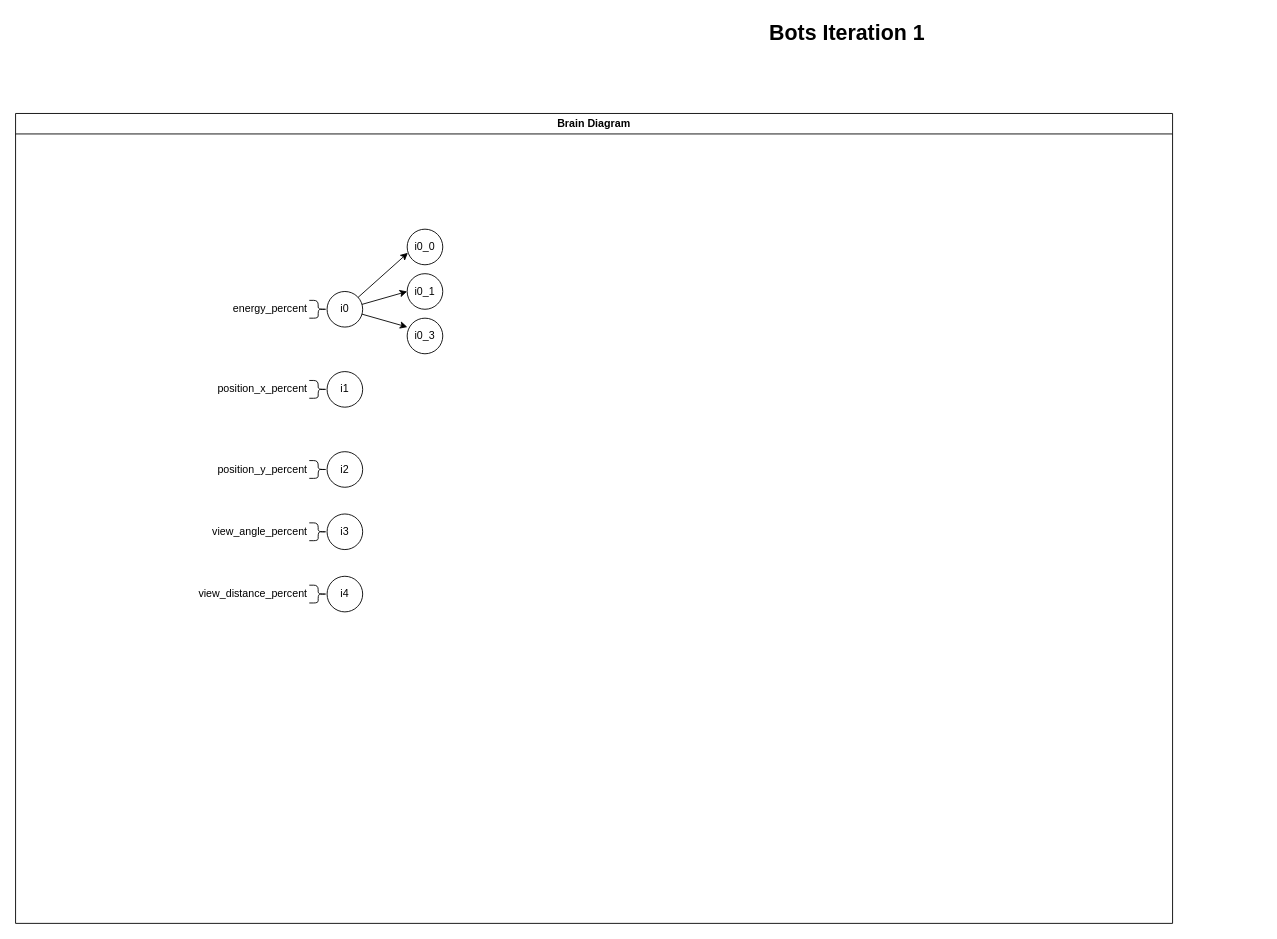
Earlier version of the draw.io diagram botsDiagram.drawio (a-mcfarlane-boeing/SimpleEvolution). Source tidied: cells renumbered, new cells numbered last; positions are measured from the earlier drawing's top-left corner, leaving out a move shared by most shapes. Both pictures are drawn from the tidied source at 89%, with x=0, y=0 at pixel (15, 15). Pictures stored in the file or linked from it are replaced by grey dashed boxes.
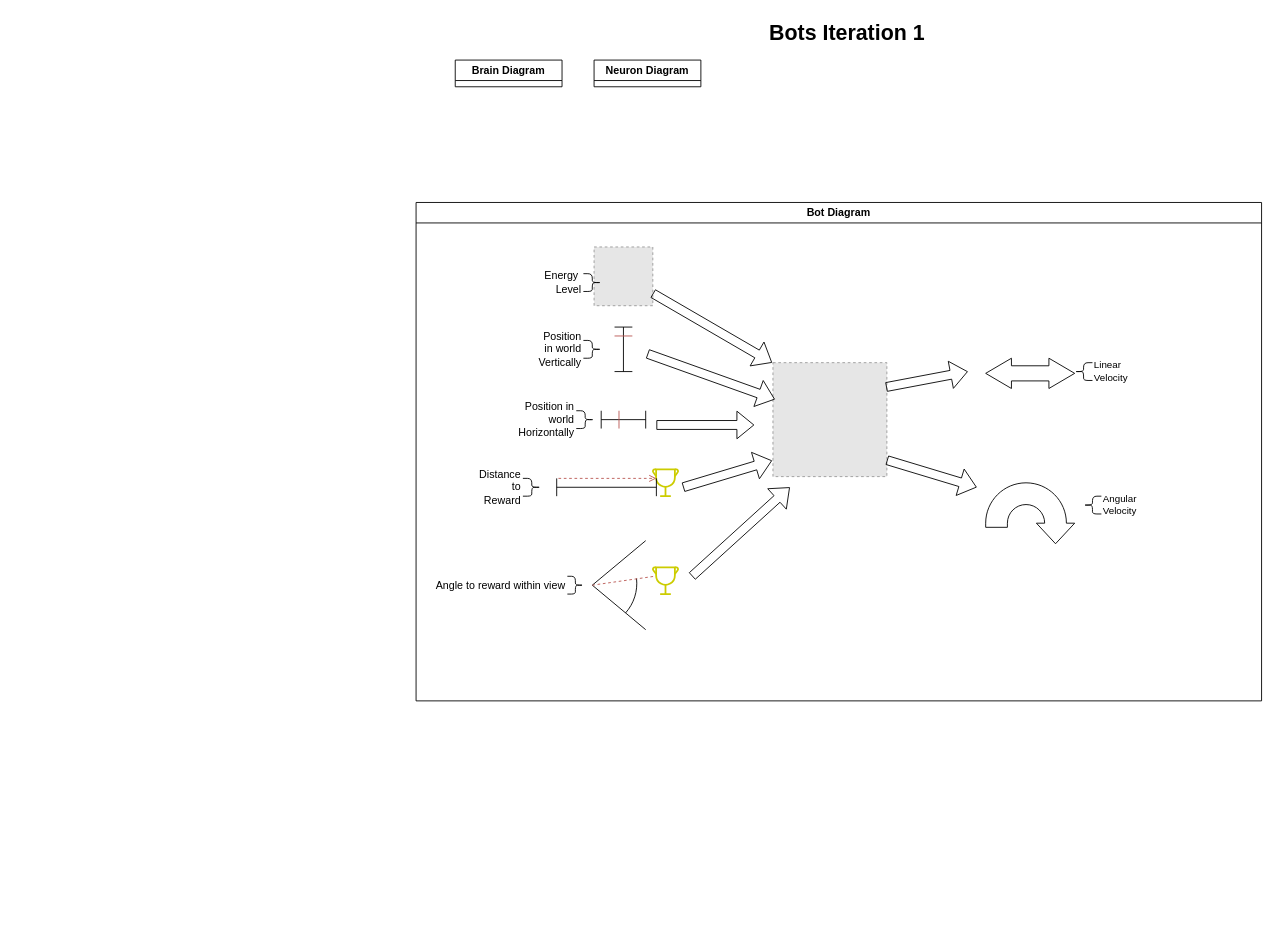
The same diagram, later.

Change to the diagram source:
```diff
@@
-    <mxCell id="3" value="Brain Diagram" style="swimlane;whiteSpace=wrap;html=1;swimlaneLine=1;glass=0;" parent="1" vertex="1">
-      <mxGeometry y="110" width="1300" height="910" as="geometry" />
+    <mxCell id="3" value="Brain Diagram" style="swimlane;whiteSpace=wrap;html=1;swimlaneLine=1;glass=0;labelPosition=center;verticalLabelPosition=middle;align=center;verticalAlign=middle;" parent="1" vertex="1" collapsed="1">
+      <mxGeometry x="494" y="50" width="120" height="30" as="geometry" />
     </mxCell>
-    <mxCell id="4" style="edgeStyle=none;rounded=0;jettySize=auto;html=1;entryX=0;entryY=0.5;entryDx=0;entryDy=0;strokeColor=default;align=center;verticalAlign=middle;fontFamily=Helvetica;fontSize=11;fontColor=default;labelBackgroundColor=default;endArrow=classic;" parent="3" edge="1" source="5" target="16">
-      <mxGeometry relative="1" as="geometry" />
-    </mxCell>
-    <mxCell id="5" value="i0" style="ellipse;whiteSpace=wrap;html=1;" parent="3" vertex="1">
-      <mxGeometry x="350" y="200" width="40" height="40" as="geometry" />
-    </mxCell>
-    <mxCell id="6" value="i1" style="ellipse;whiteSpace=wrap;html=1;" parent="3" vertex="1">
-      <mxGeometry x="350" y="290" width="40" height="40" as="geometry" />
-    </mxCell>
-    <mxCell id="7" value="i2" style="ellipse;whiteSpace=wrap;html=1;" parent="3" vertex="1">
-      <mxGeometry x="350" y="380" width="40" height="40" as="geometry" />
-    </mxCell>
-    <mxCell id="8" value="i3" style="ellipse;whiteSpace=wrap;html=1;" parent="3" vertex="1">
-      <mxGeometry x="350" y="450" width="40" height="40" as="geometry" />
-    </mxCell>
-    <mxCell id="9" value="i4" style="ellipse;whiteSpace=wrap;html=1;" parent="3" vertex="1">
-      <mxGeometry x="350" y="520" width="40" height="40" as="geometry" />
-    </mxCell>
-    <mxCell id="10" value="energy_percent" style="shape=curlyBracket;whiteSpace=wrap;html=1;rounded=1;flipH=1;labelPosition=left;verticalLabelPosition=middle;align=right;verticalAlign=middle;size=0.5;horizontal=1;" parent="3" vertex="1">
-      <mxGeometry x="330" y="210" width="20" height="20" as="geometry" />
-    </mxCell>
-    <mxCell id="11" value="position_x_percent" style="shape=curlyBracket;whiteSpace=wrap;html=1;rounded=1;flipH=1;labelPosition=left;verticalLabelPosition=middle;align=right;verticalAlign=middle;size=0.5;horizontal=1;" parent="3" vertex="1">
-      <mxGeometry x="330" y="300" width="20" height="20" as="geometry" />
-    </mxCell>
-    <mxCell id="12" value="position_y_percent" style="shape=curlyBracket;whiteSpace=wrap;html=1;rounded=1;flipH=1;labelPosition=left;verticalLabelPosition=middle;align=right;verticalAlign=middle;size=0.5;horizontal=1;" parent="3" vertex="1">
-      <mxGeometry x="330" y="390" width="20" height="20" as="geometry" />
-    </mxCell>
-    <mxCell id="13" value="view_angle_percent" style="shape=curlyBracket;whiteSpace=wrap;html=1;rounded=1;flipH=1;labelPosition=left;verticalLabelPosition=middle;align=right;verticalAlign=middle;size=0.5;horizontal=1;" parent="3" vertex="1">
-      <mxGeometry x="330" y="460" width="20" height="20" as="geometry" />
-    </mxCell>
-    <mxCell id="14" value="view_distance_percent" style="shape=curlyBracket;whiteSpace=wrap;html=1;rounded=1;flipH=1;labelPosition=left;verticalLabelPosition=middle;align=right;verticalAlign=middle;size=0.5;horizontal=1;" parent="3" vertex="1">
-      <mxGeometry x="330" y="530" width="20" height="20" as="geometry" />
-    </mxCell>
-    <mxCell id="15" value="i0_0" style="ellipse;whiteSpace=wrap;html=1;" parent="3" vertex="1">
-      <mxGeometry x="440" y="130" width="40" height="40" as="geometry" />
-    </mxCell>
-    <mxCell id="16" value="i0_1" style="ellipse;whiteSpace=wrap;html=1;" parent="3" vertex="1">
-      <mxGeometry x="440" y="180" width="40" height="40" as="geometry" />
-    </mxCell>
-    <mxCell id="17" value="i0_3" style="ellipse;whiteSpace=wrap;html=1;" parent="3" vertex="1">
-      <mxGeometry x="440" y="230" width="40" height="40" as="geometry" />
-    </mxCell>
-    <mxCell id="18" style="edgeStyle=none;rounded=0;jettySize=auto;html=1;entryX=0.021;entryY=0.664;entryDx=0;entryDy=0;entryPerimeter=0;strokeColor=default;align=center;verticalAlign=middle;fontFamily=Helvetica;fontSize=11;fontColor=default;labelBackgroundColor=default;endArrow=classic;" parent="3" edge="1" source="5" target="15">
-      <mxGeometry relative="1" as="geometry" />
-    </mxCell>
-    <mxCell id="19" style="edgeStyle=none;rounded=0;jettySize=auto;html=1;entryX=0.007;entryY=0.25;entryDx=0;entryDy=0;entryPerimeter=0;strokeColor=default;align=center;verticalAlign=middle;fontFamily=Helvetica;fontSize=11;fontColor=default;labelBackgroundColor=default;endArrow=classic;" parent="3" edge="1" source="5" target="17">
-      <mxGeometry relative="1" as="geometry" />
-    </mxCell>
+    <mxCell id="20" value="Neuron Diagram" style="swimlane;whiteSpace=wrap;html=1;fontFamily=Helvetica;fontSize=12;fontColor=default;labelBackgroundColor=default;" parent="1" vertex="1" collapsed="1">
+      <mxGeometry x="650" y="50" width="120" height="30" as="geometry" />
+    </mxCell>
+    <mxCell id="21" value="Bot Diagram" style="swimlane;whiteSpace=wrap;html=1;fontFamily=Helvetica;fontSize=12;labelBackgroundColor=default;" parent="1" vertex="1">
+      <mxGeometry x="450" y="210" width="950" height="560" as="geometry" />
+    </mxCell>
+    <mxCell id="22" style="fillColor=#E6E6E6;strokeColor=#999999;dashed=1;html=1;verticalAlign=top;verticalLabelPosition=bottom;labelBackgroundColor=#ffffff;fontFamily=Helvetica;fontSize=11;fontColor=default;" parent="21" vertex="1">
+      <mxGeometry x="401" y="180" width="128" height="128" as="geometry" />
+    </mxCell>
+    <mxCell id="23" style="fillColor=#E6E6E6;strokeColor=#999999;dashed=1;html=1;verticalAlign=top;verticalLabelPosition=bottom;labelBackgroundColor=#ffffff;fontFamily=Helvetica;fontSize=11;fontColor=default;rotation=-90;" parent="21" vertex="1">
+      <mxGeometry x="200" y="50" width="66" height="66" as="geometry" />
+    </mxCell>
+    <mxCell id="24" style="shape=crossbar;whiteSpace=wrap;html=1;rounded=1;fontFamily=Helvetica;fontSize=11;fontColor=default;labelBackgroundColor=default;" parent="21" vertex="1">
+      <mxGeometry x="208" y="234" width="50" height="20" as="geometry" />
+    </mxCell>
+    <mxCell id="25" style="shape=crossbar;whiteSpace=wrap;html=1;rounded=1;fontFamily=Helvetica;fontSize=11;fontColor=default;labelBackgroundColor=default;rotation=-90;" parent="21" vertex="1">
+      <mxGeometry x="208" y="155" width="50" height="20" as="geometry" />
+    </mxCell>
+    <mxCell id="26" style="endArrow=none;html=1;rounded=0;strokeColor=#b85450;align=center;verticalAlign=middle;fontFamily=Helvetica;fontSize=11;fontColor=default;labelBackgroundColor=default;edgeStyle=none;fillColor=#f8cecc;" parent="21" edge="1">
+      <mxGeometry relative="1" as="geometry">
+        <mxPoint x="243" y="150" as="sourcePoint" />
+        <mxPoint x="223" y="150" as="targetPoint" />
+      </mxGeometry>
+    </mxCell>
+    <mxCell id="27" style="endArrow=none;html=1;rounded=0;strokeColor=#b85450;align=center;verticalAlign=middle;fontFamily=Helvetica;fontSize=11;fontColor=default;labelBackgroundColor=default;edgeStyle=none;fillColor=#f8cecc;" parent="21" edge="1">
+      <mxGeometry relative="1" as="geometry">
+        <mxPoint x="228" y="254" as="sourcePoint" />
+        <mxPoint x="228" y="234" as="targetPoint" />
+      </mxGeometry>
+    </mxCell>
+    <mxCell id="28" style="endArrow=none;html=1;rounded=0;strokeColor=default;align=center;verticalAlign=middle;fontFamily=Helvetica;fontSize=11;fontColor=default;labelBackgroundColor=default;edgeStyle=none;" parent="21" edge="1">
+      <mxGeometry relative="1" as="geometry">
+        <mxPoint x="198" y="430" as="sourcePoint" />
+        <mxPoint x="258" y="380" as="targetPoint" />
+      </mxGeometry>
+    </mxCell>
+    <mxCell id="29" style="verticalLabelPosition=bottom;verticalAlign=top;html=1;shape=mxgraph.basic.arc;startAngle=0.23238835626136137;endAngle=0.36552515290178966;fontFamily=Helvetica;fontSize=11;fontColor=default;labelBackgroundColor=default;" parent="21" vertex="1">
+      <mxGeometry x="148" y="378" width="100" height="100" as="geometry" />
+    </mxCell>
+    <mxCell id="30" style="endArrow=none;html=1;rounded=0;strokeColor=default;align=center;verticalAlign=middle;fontFamily=Helvetica;fontSize=11;fontColor=default;labelBackgroundColor=default;edgeStyle=none;" parent="21" edge="1">
+      <mxGeometry relative="1" as="geometry">
+        <mxPoint x="198" y="430" as="sourcePoint" />
+        <mxPoint x="258" y="480" as="targetPoint" />
+      </mxGeometry>
+    </mxCell>
+    <mxCell id="31" style="endArrow=none;dashed=1;html=1;rounded=0;strokeColor=#b85450;align=center;verticalAlign=middle;fontFamily=Helvetica;fontSize=11;fontColor=default;labelBackgroundColor=default;edgeStyle=none;fillColor=#f8cecc;" parent="21" edge="1">
+      <mxGeometry relative="1" as="geometry">
+        <mxPoint x="198" y="430" as="sourcePoint" />
+        <mxPoint x="268" y="420" as="targetPoint" />
+      </mxGeometry>
+    </mxCell>
+    <mxCell id="32" style="shape=doubleArrow;whiteSpace=wrap;html=1;fontFamily=Helvetica;fontSize=11;fontColor=default;labelBackgroundColor=default;arrowWidth=0.5002248272692649;arrowSize=0.28947671824487997;" parent="21" vertex="1">
+      <mxGeometry x="640" y="175" width="100" height="34" as="geometry" />
+    </mxCell>
+    <mxCell id="33" style="html=1;shadow=0;dashed=0;align=center;verticalAlign=middle;shape=mxgraph.arrows2.uTurnArrow;dy=12.2;arrowHead=43;dx2=23.09;fontFamily=Helvetica;fontSize=11;fontColor=default;labelBackgroundColor=default;rotation=90;" parent="21" vertex="1">
+      <mxGeometry x="665" y="290" width="50" height="100" as="geometry" />
+    </mxCell>
+    <mxCell id="34" style="html=1;verticalLabelPosition=bottom;align=center;labelBackgroundColor=#ffffff;verticalAlign=top;strokeWidth=2;strokeColor=#CCCC00;shadow=0;dashed=0;shape=mxgraph.ios7.icons.trophy;fontFamily=Helvetica;fontSize=11;fontColor=default;" parent="21" vertex="1">
+      <mxGeometry x="266" y="300" width="28.5" height="30" as="geometry" />
+    </mxCell>
+    <mxCell id="35" style="endArrow=open;dashed=1;html=1;rounded=0;strokeColor=#b85450;align=center;verticalAlign=middle;fontFamily=Helvetica;fontSize=11;fontColor=default;labelBackgroundColor=default;edgeStyle=none;fillColor=#f8cecc;endFill=0;" parent="21" edge="1">
+      <mxGeometry relative="1" as="geometry">
+        <mxPoint x="160" y="310" as="sourcePoint" />
+        <mxPoint x="270" y="310" as="targetPoint" />
+      </mxGeometry>
+    </mxCell>
+    <mxCell id="36" style="shape=crossbar;whiteSpace=wrap;html=1;rounded=1;fontFamily=Helvetica;fontSize=11;fontColor=default;labelBackgroundColor=default;" parent="21" vertex="1">
+      <mxGeometry x="158" y="310" width="112" height="20" as="geometry" />
+    </mxCell>
+    <mxCell id="37" style="html=1;verticalLabelPosition=bottom;align=center;labelBackgroundColor=#ffffff;verticalAlign=top;strokeWidth=2;strokeColor=#CCCC00;shadow=0;dashed=0;shape=mxgraph.ios7.icons.trophy;fontFamily=Helvetica;fontSize=11;fontColor=default;" parent="21" vertex="1">
+      <mxGeometry x="266" y="410" width="28.5" height="30" as="geometry" />
+    </mxCell>
+    <mxCell id="38" value="Energy&amp;nbsp;&lt;div&gt;Level&lt;/div&gt;" style="shape=curlyBracket;whiteSpace=wrap;html=1;rounded=1;flipH=1;labelPosition=left;verticalLabelPosition=middle;align=right;verticalAlign=middle;size=0.5;horizontal=1;" parent="21" vertex="1">
+      <mxGeometry x="188" y="80" width="20" height="20" as="geometry" />
+    </mxCell>
+    <mxCell id="39" value="Position in world Vertically" style="shape=curlyBracket;whiteSpace=wrap;html=1;rounded=1;flipH=1;labelPosition=left;verticalLabelPosition=middle;align=right;verticalAlign=middle;size=0.5;horizontal=1;" parent="21" vertex="1">
+      <mxGeometry x="188" y="155" width="20" height="20" as="geometry" />
+    </mxCell>
+    <mxCell id="40" value="Position in world Horizontally" style="shape=curlyBracket;whiteSpace=wrap;html=1;rounded=1;flipH=1;labelPosition=left;verticalLabelPosition=middle;align=right;verticalAlign=middle;size=0.5;horizontal=1;" parent="21" vertex="1">
+      <mxGeometry x="180" y="234" width="20" height="20" as="geometry" />
+    </mxCell>
+    <mxCell id="41" value="Distance to Reward" style="shape=curlyBracket;whiteSpace=wrap;html=1;rounded=1;flipH=1;labelPosition=left;verticalLabelPosition=middle;align=right;verticalAlign=middle;size=0.5;horizontal=1;" parent="21" vertex="1">
+      <mxGeometry x="120" y="310" width="20" height="20" as="geometry" />
+    </mxCell>
+    <mxCell id="42" value="Angle to reward within view" style="shape=curlyBracket;rounded=1;flipH=1;labelPosition=left;verticalLabelPosition=middle;align=right;verticalAlign=middle;size=0.5;horizontal=1;" parent="21" vertex="1">
+      <mxGeometry x="170" y="420" width="18" height="20" as="geometry" />
+    </mxCell>
+    <mxCell id="43" style="shape=flexArrow;endArrow=classic;html=1;rounded=0;strokeColor=default;align=center;verticalAlign=middle;fontFamily=Helvetica;fontSize=11;fontColor=default;labelBackgroundColor=default;edgeStyle=none;" parent="21" edge="1" source="23">
+      <mxGeometry relative="1" as="geometry">
+        <mxPoint x="400" y="180" as="targetPoint" />
+      </mxGeometry>
+    </mxCell>
+    <mxCell id="44" style="shape=flexArrow;endArrow=classic;html=1;rounded=0;strokeColor=default;align=center;verticalAlign=middle;fontFamily=Helvetica;fontSize=11;fontColor=default;labelBackgroundColor=default;edgeStyle=none;exitX=0.993;exitY=0.214;exitDx=0;exitDy=0;exitPerimeter=0;" parent="21" edge="1" source="22">
+      <mxGeometry relative="1" as="geometry">
+        <mxPoint x="620" y="190" as="targetPoint" />
+      </mxGeometry>
+    </mxCell>
+    <mxCell id="45" style="shape=flexArrow;endArrow=classic;html=1;rounded=0;strokeColor=default;align=center;verticalAlign=middle;fontFamily=Helvetica;fontSize=11;fontColor=default;labelBackgroundColor=default;edgeStyle=none;" parent="21" edge="1">
+      <mxGeometry relative="1" as="geometry">
+        <mxPoint x="529" y="289.5" as="sourcePoint" />
+        <mxPoint x="630" y="320" as="targetPoint" />
+      </mxGeometry>
+    </mxCell>
+    <mxCell id="46" value="Linear Velocity" style="shape=curlyBracket;whiteSpace=wrap;html=1;rounded=1;labelPosition=right;verticalLabelPosition=middle;align=left;verticalAlign=middle;fontFamily=Helvetica;fontSize=11;fontColor=default;labelBackgroundColor=default;size=0.5;" parent="21" vertex="1">
+      <mxGeometry x="740" y="180" width="20" height="20" as="geometry" />
+    </mxCell>
+    <mxCell id="47" value="Angular Velocity" style="shape=curlyBracket;whiteSpace=wrap;html=1;rounded=1;labelPosition=right;verticalLabelPosition=middle;align=left;verticalAlign=middle;fontFamily=Helvetica;fontSize=11;fontColor=default;labelBackgroundColor=default;size=0.5;" parent="21" vertex="1">
+      <mxGeometry x="750" y="330" width="20" height="20" as="geometry" />
+    </mxCell>
+    <mxCell id="48" style="shape=flexArrow;endArrow=classic;html=1;rounded=0;strokeColor=default;align=center;verticalAlign=middle;fontFamily=Helvetica;fontSize=11;fontColor=default;labelBackgroundColor=default;edgeStyle=none;entryX=0.017;entryY=0.322;entryDx=0;entryDy=0;entryPerimeter=0;" parent="1" edge="1" target="22">
+      <mxGeometry relative="1" as="geometry">
+        <mxPoint x="710" y="380" as="sourcePoint" />
+      </mxGeometry>
+    </mxCell>
+    <mxCell id="49" style="shape=flexArrow;endArrow=classic;html=1;rounded=0;strokeColor=default;align=center;verticalAlign=middle;fontFamily=Helvetica;fontSize=11;fontColor=default;labelBackgroundColor=default;edgeStyle=none;" parent="1" edge="1">
+      <mxGeometry relative="1" as="geometry">
+        <mxPoint x="720" y="460" as="sourcePoint" />
+        <mxPoint x="830" y="460" as="targetPoint" />
+      </mxGeometry>
+    </mxCell>
+    <mxCell id="50" style="shape=flexArrow;endArrow=classic;html=1;rounded=0;strokeColor=default;align=center;verticalAlign=middle;fontFamily=Helvetica;fontSize=11;fontColor=default;labelBackgroundColor=default;edgeStyle=none;" parent="1" edge="1">
+      <mxGeometry relative="1" as="geometry">
+        <mxPoint x="750" y="530" as="sourcePoint" />
+        <mxPoint x="850" y="500" as="targetPoint" />
+      </mxGeometry>
+    </mxCell>
+    <mxCell id="51" style="shape=flexArrow;endArrow=classic;html=1;rounded=0;strokeColor=default;align=center;verticalAlign=middle;fontFamily=Helvetica;fontSize=11;fontColor=default;labelBackgroundColor=default;edgeStyle=none;" parent="1" edge="1">
+      <mxGeometry relative="1" as="geometry">
+        <mxPoint x="760" y="630" as="sourcePoint" />
+        <mxPoint x="870" y="530" as="targetPoint" />
+      </mxGeometry>
+    </mxCell>
```
